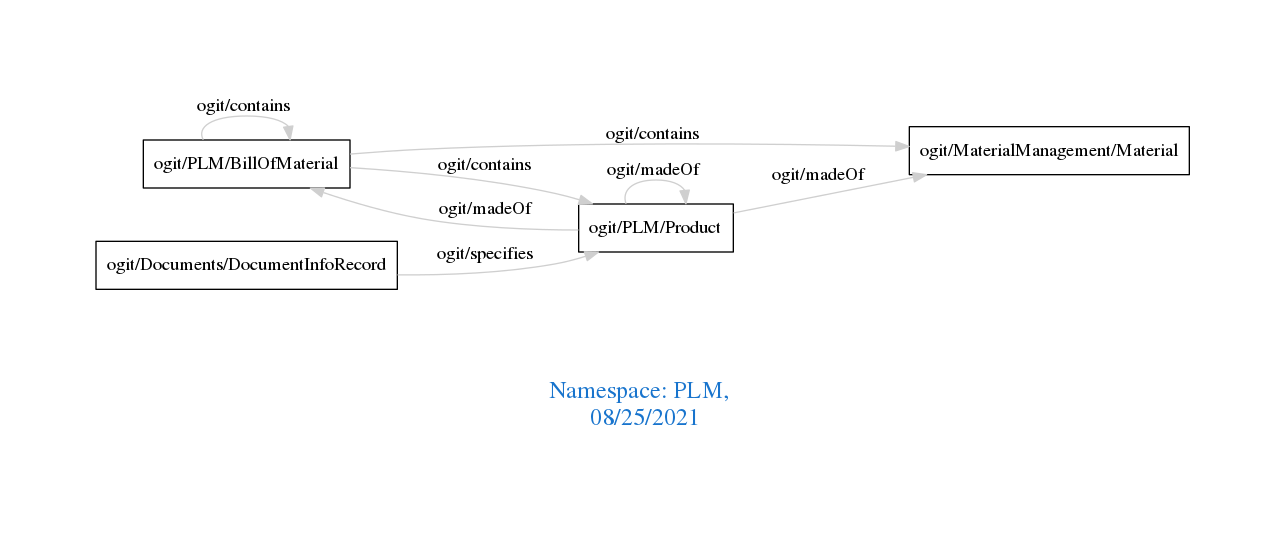
The Graphviz diagram downloads/PLM.png in arago/OGIT, before a commit. Its source is kept beside it as downloads/PLM.dot.
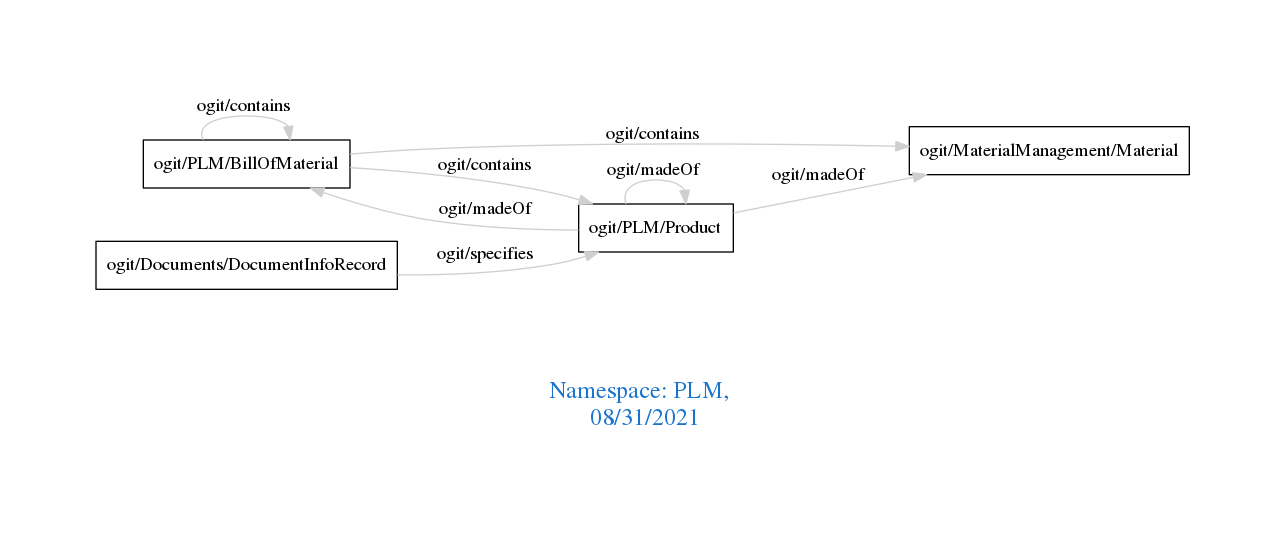
Above is the later version.

Diff of the diagram source:
```diff
@@ -1,7 +1,7 @@
 digraph OGIT_ontology {
  graph [ rankdir= LR,pad=1
 fontsize = 18,
-fontcolor= dodgerblue3,label = "\n\n\nNamespace: PLM, \n 08/25/2021"];
+fontcolor= dodgerblue3,label = "\n\n\nNamespace: PLM, \n 08/31/2021"];
 node[shape=polygon];
 edge [  color="gray81"];
 
```
